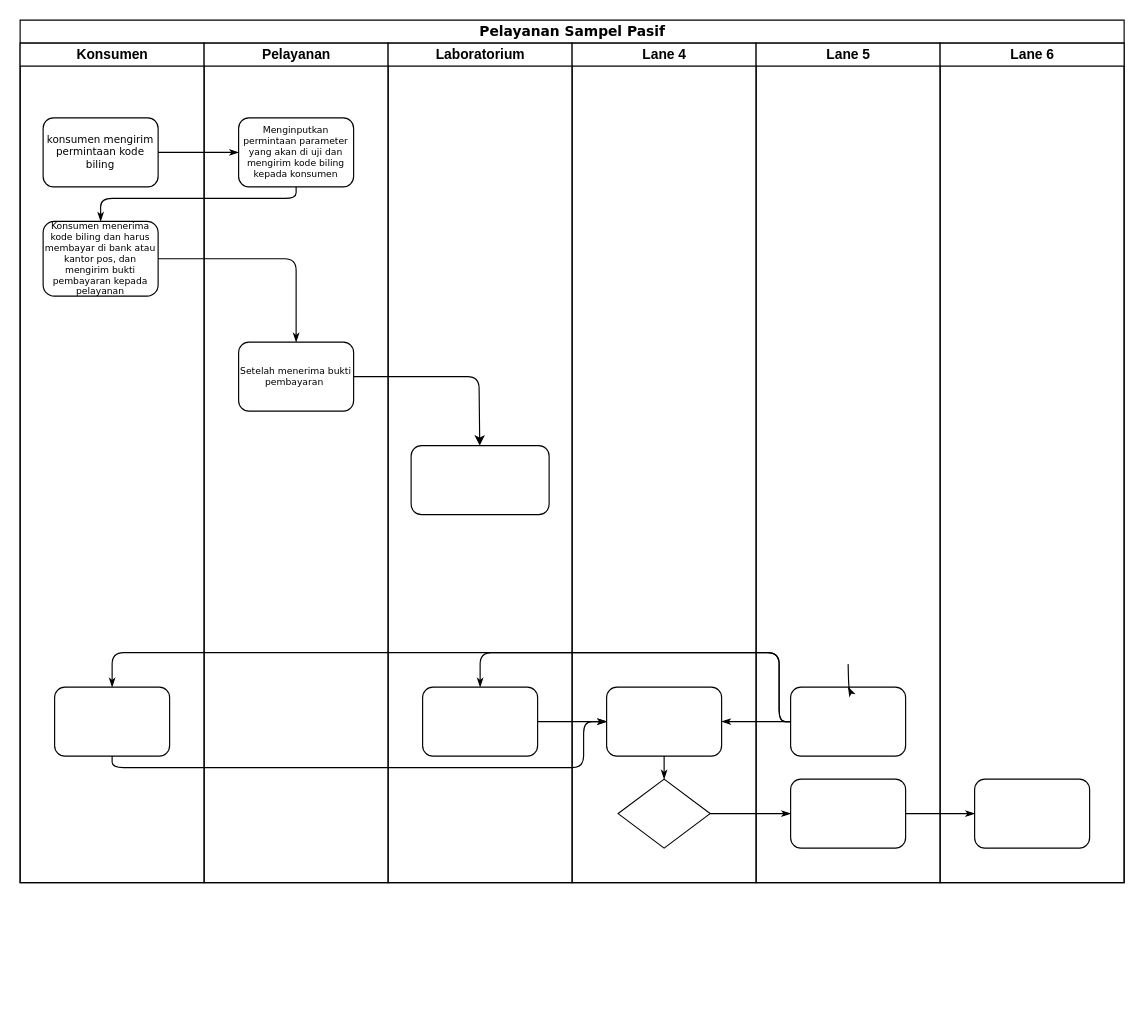
The draw.io diagram Untitled Diagram.drawio in nuril07/BDL, before the edit. Source tidied: cells renumbered, new cells numbered last; positions are measured from the earlier drawing's top-left corner, leaving out a move shared by most shapes. Both pictures are drawn from the tidied source at 115%, with x=0, y=0 at pixel (20, 20).
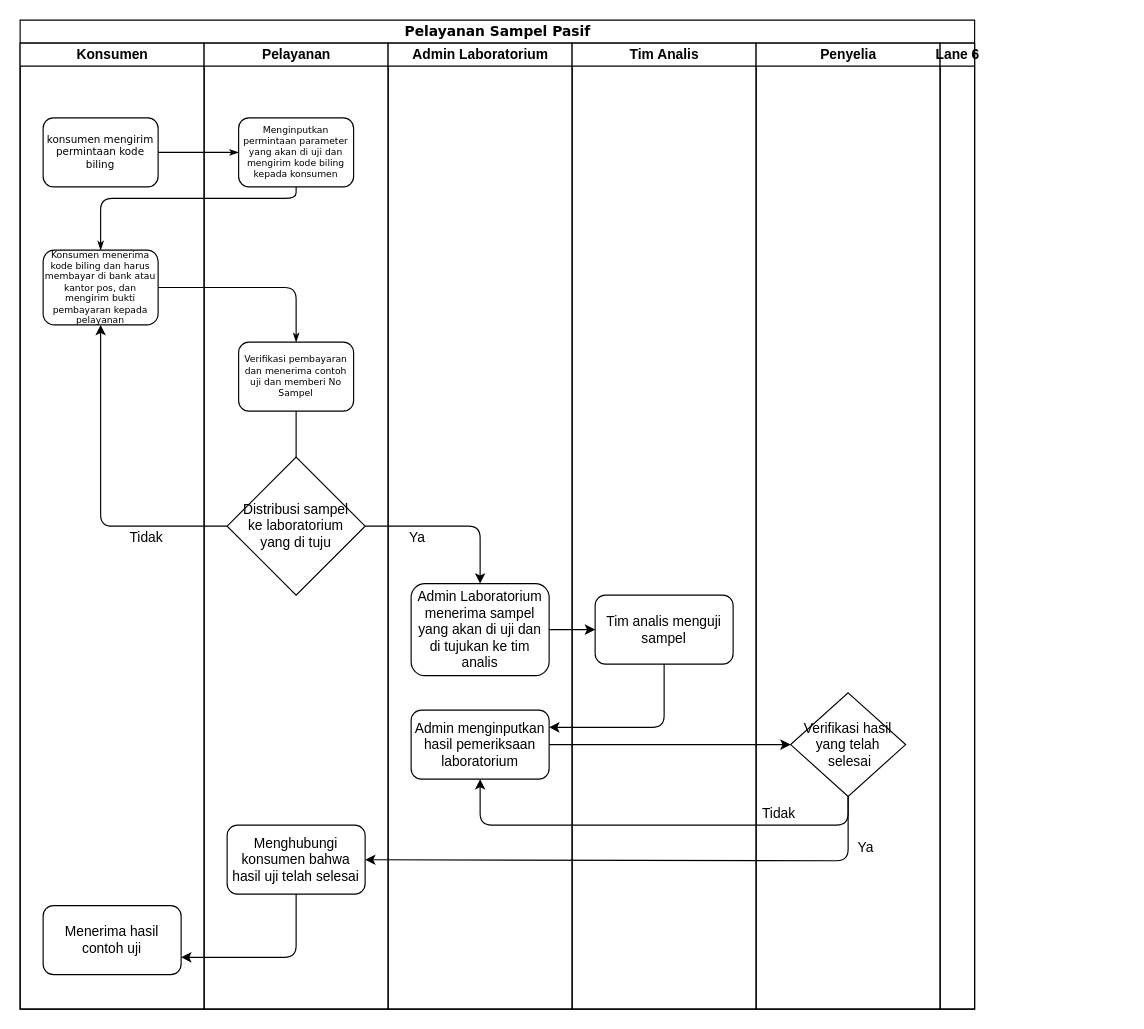
After the change.

Commit message:
tugas_BDL

Change to the diagram source:
```diff
@@
     <mxCell id="2" value="&lt;font style=&quot;font-size: 12px&quot;&gt;Pelayanan Sampel Pasif&lt;/font&gt;" style="swimlane;html=1;startSize=20;rounded=0;shadow=0;labelBackgroundColor=none;strokeWidth=1;fontFamily=Verdana;fontSize=8;align=center;" parent="1" vertex="1">
-      <mxGeometry width="960" height="750" as="geometry" />
+      <mxGeometry width="830" height="860" as="geometry" />
     </mxCell>
     <mxCell id="3" value="Konsumen" style="swimlane;html=1;startSize=20;" parent="2" vertex="1">
-      <mxGeometry y="20" width="160" height="730" as="geometry" />
+      <mxGeometry y="20" width="160" height="840" as="geometry" />
     </mxCell>
@@
     <mxCell id="5" value="Konsumen menerima kode biling dan harus membayar di bank atau kantor pos, dan mengirim bukti pembayaran kepada pelayanan&lt;br&gt;" style="rounded=1;whiteSpace=wrap;html=1;shadow=0;labelBackgroundColor=none;strokeWidth=1;fontFamily=Verdana;fontSize=8;align=center;" parent="3" vertex="1">
-      <mxGeometry x="20" y="155" width="100" height="65" as="geometry" />
+      <mxGeometry x="20" y="180" width="100" height="65" as="geometry" />
     </mxCell>
-    <mxCell id="6" style="rounded=1;whiteSpace=wrap;html=1;shadow=0;labelBackgroundColor=none;strokeWidth=1;fontFamily=Verdana;fontSize=8;align=center;" parent="3" vertex="1">
-      <mxGeometry x="30" y="560" width="100" height="60" as="geometry" />
-    </mxCell>
+    <mxCell id="34" value="Menerima hasil contoh uji" style="rounded=1;whiteSpace=wrap;html=1;" parent="3" vertex="1">
+      <mxGeometry x="20" y="750" width="120" height="60" as="geometry" />
+    </mxCell>
+    <mxCell id="35" value="Tidak" style="text;html=1;strokeColor=none;fillColor=none;align=center;verticalAlign=middle;whiteSpace=wrap;rounded=0;" parent="3" vertex="1">
+      <mxGeometry x="90" y="420" width="40" height="20" as="geometry" />
+    </mxCell>
@@
-    <mxCell id="9" style="edgeStyle=orthogonalEdgeStyle;rounded=1;html=1;labelBackgroundColor=none;startArrow=none;startFill=0;startSize=5;endArrow=classicThin;endFill=1;endSize=5;jettySize=auto;strokeWidth=1;fontFamily=Verdana;fontSize=8;" parent="2" edge="1" source="24" target="28">
-      <mxGeometry relative="1" as="geometry" />
-    </mxCell>
-    <mxCell id="10" style="edgeStyle=orthogonalEdgeStyle;rounded=1;html=1;labelBackgroundColor=none;startArrow=none;startFill=0;startSize=5;endArrow=classicThin;endFill=1;endSize=5;jettySize=auto;strokeWidth=1;fontFamily=Verdana;fontSize=8;" parent="2" edge="1" source="28" target="31">
-      <mxGeometry relative="1" as="geometry" />
-    </mxCell>
-    <mxCell id="11" style="edgeStyle=orthogonalEdgeStyle;rounded=1;html=1;labelBackgroundColor=none;startArrow=none;startFill=0;startSize=5;endArrow=classicThin;endFill=1;endSize=5;jettySize=auto;strokeWidth=1;fontFamily=Verdana;fontSize=8;" parent="2" edge="1" source="27" target="20">
-      <mxGeometry relative="1" as="geometry">
-        <Array as="points">
-          <mxPoint x="660" y="610" />
-          <mxPoint x="660" y="550" />
-          <mxPoint x="400" y="550" />
-        </Array>
-      </mxGeometry>
-    </mxCell>
-    <mxCell id="12" style="edgeStyle=orthogonalEdgeStyle;rounded=1;html=1;labelBackgroundColor=none;startArrow=none;startFill=0;startSize=5;endArrow=classicThin;endFill=1;endSize=5;jettySize=auto;strokeColor=#000000;strokeWidth=1;fontFamily=Verdana;fontSize=8;fontColor=#000000;" parent="2" edge="1" source="27" target="23">
-      <mxGeometry relative="1" as="geometry" />
-    </mxCell>
-    <mxCell id="13" style="edgeStyle=orthogonalEdgeStyle;rounded=1;html=1;labelBackgroundColor=none;startArrow=none;startFill=0;startSize=5;endArrow=classicThin;endFill=1;endSize=5;jettySize=auto;strokeWidth=1;fontFamily=Verdana;fontSize=8;" parent="2" edge="1" source="27" target="6">
-      <mxGeometry relative="1" as="geometry">
-        <Array as="points">
-          <mxPoint x="660" y="610" />
-          <mxPoint x="660" y="550" />
-          <mxPoint x="80" y="550" />
-        </Array>
-      </mxGeometry>
-    </mxCell>
-    <mxCell id="14" style="edgeStyle=orthogonalEdgeStyle;rounded=1;html=1;labelBackgroundColor=none;startArrow=none;startFill=0;startSize=5;endArrow=classicThin;endFill=1;endSize=5;jettySize=auto;strokeWidth=1;fontFamily=Verdana;fontSize=8;" parent="2" edge="1" source="6" target="23">
-      <mxGeometry relative="1" as="geometry">
-        <Array as="points">
-          <mxPoint x="80" y="650" />
-          <mxPoint x="490" y="650" />
-          <mxPoint x="490" y="610" />
-        </Array>
-      </mxGeometry>
-    </mxCell>
-    <mxCell id="15" style="edgeStyle=orthogonalEdgeStyle;rounded=1;html=1;labelBackgroundColor=none;startArrow=none;startFill=0;startSize=5;endArrow=classicThin;endFill=1;endSize=5;jettySize=auto;strokeWidth=1;fontFamily=Verdana;fontSize=8;" parent="2" edge="1" source="20" target="23">
-      <mxGeometry relative="1" as="geometry" />
-    </mxCell>
     <mxCell id="16" value="Pelayanan" style="swimlane;html=1;startSize=20;" parent="2" vertex="1">
-      <mxGeometry x="160" y="20" width="160" height="730" as="geometry" />
+      <mxGeometry x="160" y="20" width="160" height="840" as="geometry" />
     </mxCell>
@@
-    <mxCell id="18" value="Setelah menerima bukti pembayaran&amp;nbsp;" style="rounded=1;whiteSpace=wrap;html=1;shadow=0;labelBackgroundColor=none;strokeWidth=1;fontFamily=Verdana;fontSize=8;align=center;" parent="16" vertex="1">
+    <mxCell id="18" value="Verifikasi pembayaran dan menerima contoh uji dan memberi No Sampel" style="rounded=1;whiteSpace=wrap;html=1;shadow=0;labelBackgroundColor=none;strokeWidth=1;fontFamily=Verdana;fontSize=8;align=center;" parent="16" vertex="1">
       <mxGeometry x="30" y="260" width="100" height="60" as="geometry" />
     </mxCell>
+    <mxCell id="33" style="endArrow=classic;html=1;exitX=0.5;exitY=1;exitDx=0;exitDy=0;" parent="16" edge="1" source="18">
+      <mxGeometry relative="1" as="geometry">
+        <mxPoint x="80" y="380" as="targetPoint" />
+      </mxGeometry>
+    </mxCell>
+    <mxCell id="36" value="Distribusi sampel &lt;br&gt;ke laboratorium &lt;br&gt;yang di tuju" style="rhombus;whiteSpace=wrap;html=1;" parent="16" vertex="1">
+      <mxGeometry x="20" y="360" width="120" height="120" as="geometry" />
+    </mxCell>
+    <mxCell id="37" value="Menghubungi konsumen bahwa hasil uji telah selesai" style="rounded=1;whiteSpace=wrap;html=1;" parent="16" vertex="1">
+      <mxGeometry x="20" y="680" width="120" height="60" as="geometry" />
+    </mxCell>
-    <mxCell id="19" value="Laboratorium" style="swimlane;html=1;startSize=20;" parent="2" vertex="1">
-      <mxGeometry x="320" y="20" width="160" height="730" as="geometry" />
+    <mxCell id="19" value="Admin Laboratorium" style="swimlane;html=1;startSize=20;" parent="2" vertex="1">
+      <mxGeometry x="320" y="20" width="160" height="840" as="geometry" />
     </mxCell>
-    <mxCell id="20" style="rounded=1;whiteSpace=wrap;html=1;shadow=0;labelBackgroundColor=none;strokeWidth=1;fontFamily=Verdana;fontSize=8;align=center;" parent="19" vertex="1">
-      <mxGeometry x="30" y="560" width="100" height="60" as="geometry" />
-    </mxCell>
-    <mxCell id="21" style="rounded=1;whiteSpace=wrap;html=1;" parent="19" vertex="1">
-      <mxGeometry x="20" y="350" width="120" height="60" as="geometry" />
-    </mxCell>
+    <mxCell id="38" value="Ya" style="text;html=1;align=center;verticalAlign=middle;" parent="19" vertex="1">
+      <mxGeometry x="10" y="420" width="30" height="20" as="geometry" />
+    </mxCell>
+    <mxCell id="39" value="Admin menginputkan hasil pemeriksaan laboratorium" style="rounded=1;whiteSpace=wrap;html=1;" parent="19" vertex="1">
+      <mxGeometry x="20" y="580" width="120" height="60" as="geometry" />
+    </mxCell>
+    <mxCell id="40" value="Admin Laboratorium menerima sampel yang akan di uji dan di tujukan ke tim analis" style="rounded=1;whiteSpace=wrap;html=1;" parent="19" vertex="1">
+      <mxGeometry x="20" y="470" width="120" height="80" as="geometry" />
+    </mxCell>
-    <mxCell id="22" value="Lane 4" style="swimlane;html=1;startSize=20;" parent="2" vertex="1">
-      <mxGeometry x="480" y="20" width="160" height="730" as="geometry" />
+    <mxCell id="22" value="Tim Analis" style="swimlane;html=1;startSize=20;" parent="2" vertex="1">
+      <mxGeometry x="480" y="20" width="160" height="840" as="geometry" />
     </mxCell>
-    <mxCell id="23" style="rounded=1;whiteSpace=wrap;html=1;shadow=0;labelBackgroundColor=none;strokeWidth=1;fontFamily=Verdana;fontSize=8;align=center;" parent="22" vertex="1">
-      <mxGeometry x="30" y="560" width="100" height="60" as="geometry" />
-    </mxCell>
-    <mxCell id="24" style="rhombus;whiteSpace=wrap;html=1;rounded=0;shadow=0;labelBackgroundColor=none;strokeWidth=1;fontFamily=Verdana;fontSize=8;align=center;" parent="22" vertex="1">
-      <mxGeometry x="40" y="640" width="80" height="60" as="geometry" />
-    </mxCell>
-    <mxCell id="25" style="edgeStyle=orthogonalEdgeStyle;rounded=1;html=1;labelBackgroundColor=none;startArrow=none;startFill=0;startSize=5;endArrow=classicThin;endFill=1;endSize=5;jettySize=auto;strokeWidth=1;fontFamily=Verdana;fontSize=8;" parent="22" edge="1" source="23" target="24">
-      <mxGeometry relative="1" as="geometry" />
-    </mxCell>
+    <mxCell id="41" value="Tim analis menguji sampel" style="rounded=1;whiteSpace=wrap;html=1;" parent="22" vertex="1">
+      <mxGeometry x="20" y="480" width="120" height="60" as="geometry" />
+    </mxCell>
-    <mxCell id="26" value="Lane 5" style="swimlane;html=1;startSize=20;" parent="2" vertex="1">
-      <mxGeometry x="640" y="20" width="160" height="730" as="geometry" />
+    <mxCell id="26" value="Penyelia" style="swimlane;html=1;startSize=20;" parent="2" vertex="1">
+      <mxGeometry x="640" y="20" width="160" height="840" as="geometry" />
     </mxCell>
-    <mxCell id="27" style="rounded=1;whiteSpace=wrap;html=1;shadow=0;labelBackgroundColor=none;strokeWidth=1;fontFamily=Verdana;fontSize=8;align=center;" parent="26" vertex="1">
-      <mxGeometry x="30" y="560" width="100" height="60" as="geometry" />
-    </mxCell>
-    <mxCell id="28" style="rounded=1;whiteSpace=wrap;html=1;shadow=0;labelBackgroundColor=none;strokeWidth=1;fontFamily=Verdana;fontSize=8;align=center;" parent="26" vertex="1">
-      <mxGeometry x="30" y="640" width="100" height="60" as="geometry" />
-    </mxCell>
-    <mxCell id="29" style="edgeStyle=orthogonalEdgeStyle;rounded=1;html=1;labelBackgroundColor=none;startArrow=none;startFill=0;startSize=5;endArrow=classicThin;endFill=1;endSize=5;jettySize=auto;strokeWidth=1;fontFamily=Verdana;fontSize=8;" parent="26" edge="1" target="27">
-      <mxGeometry relative="1" as="geometry">
-        <mxPoint x="80" y="540" as="sourcePoint" />
-      </mxGeometry>
-    </mxCell>
+    <mxCell id="42" value="Tidak" style="text;html=1;strokeColor=none;fillColor=none;align=center;verticalAlign=middle;whiteSpace=wrap;rounded=0;" parent="26" vertex="1">
+      <mxGeometry y="660" width="40" height="20" as="geometry" />
+    </mxCell>
+    <mxCell id="43" value="&lt;span&gt;Verifikasi hasil yang telah&lt;br&gt;&amp;nbsp;selesai&lt;/span&gt;" style="rhombus;whiteSpace=wrap;html=1;" parent="26" vertex="1">
+      <mxGeometry x="30" y="565" width="100" height="90" as="geometry" />
+    </mxCell>
+    <mxCell id="44" value="Ya" style="text;html=1;align=center;verticalAlign=middle;" parent="26" vertex="1">
+      <mxGeometry x="80" y="690" width="30" height="20" as="geometry" />
+    </mxCell>
-    <mxCell id="30" value="Lane 6" style="swimlane;html=1;startSize=20;" parent="2" vertex="1">
-      <mxGeometry x="800" y="20" width="160" height="730" as="geometry" />
+    <mxCell id="30" value="Lane 6" style="swimlane;html=1;startSize=20;" parent="2" vertex="1" collapsed="1">
+      <mxGeometry x="800" y="20" width="30" height="840" as="geometry" />
     </mxCell>
-    <mxCell id="31" style="rounded=1;whiteSpace=wrap;html=1;shadow=0;labelBackgroundColor=none;strokeWidth=1;fontFamily=Verdana;fontSize=8;align=center;" parent="30" vertex="1">
-      <mxGeometry x="30" y="640" width="100" height="60" as="geometry" />
-    </mxCell>
@@
-    <mxCell id="33" style="endArrow=classic;html=1;exitX=1;exitY=0.5;exitDx=0;exitDy=0;" parent="2" edge="1" source="18" target="21">
-      <mxGeometry relative="1" as="geometry">
-        <Array as="points">
-          <mxPoint x="399" y="310" />
-        </Array>
-      </mxGeometry>
-    </mxCell>
+    <mxCell id="45" style="endArrow=classic;html=1;entryX=0.5;entryY=1;entryDx=0;entryDy=0;exitX=0;exitY=0.5;exitDx=0;exitDy=0;" parent="2" edge="1" source="36" target="5">
+      <mxGeometry relative="1" as="geometry">
+        <Array as="points">
+          <mxPoint x="70" y="440" />
+        </Array>
+      </mxGeometry>
+    </mxCell>
+    <mxCell id="46" style="endArrow=classic;html=1;exitX=1;exitY=0.5;exitDx=0;exitDy=0;entryX=0.5;entryY=0;entryDx=0;entryDy=0;" parent="2" edge="1" source="36" target="40">
+      <mxGeometry relative="1" as="geometry">
+        <Array as="points">
+          <mxPoint x="400" y="440" />
+        </Array>
+      </mxGeometry>
+    </mxCell>
+    <mxCell id="47" style="endArrow=classic;html=1;entryX=1;entryY=0.25;entryDx=0;entryDy=0;exitX=0.5;exitY=1;exitDx=0;exitDy=0;" parent="2" edge="1" source="41" target="39">
+      <mxGeometry relative="1" as="geometry">
+        <Array as="points">
+          <mxPoint x="560" y="615" />
+        </Array>
+      </mxGeometry>
+    </mxCell>
+    <mxCell id="48" style="endArrow=classic;html=1;entryX=0;entryY=0.5;entryDx=0;entryDy=0;exitX=1;exitY=0.5;exitDx=0;exitDy=0;" parent="2" edge="1" source="39" target="43">
+      <mxGeometry relative="1" as="geometry" />
+    </mxCell>
+    <mxCell id="49" style="endArrow=classic;html=1;entryX=0.5;entryY=1;entryDx=0;entryDy=0;exitX=0.5;exitY=1;exitDx=0;exitDy=0;" parent="2" edge="1" source="43" target="39">
+      <mxGeometry relative="1" as="geometry">
+        <Array as="points">
+          <mxPoint x="720" y="700" />
+          <mxPoint x="400" y="700" />
+        </Array>
+      </mxGeometry>
+    </mxCell>
+    <mxCell id="50" style="endArrow=classic;html=1;exitX=0.5;exitY=1;exitDx=0;exitDy=0;" parent="2" edge="1" source="43" target="37">
+      <mxGeometry relative="1" as="geometry">
+        <Array as="points">
+          <mxPoint x="720" y="731" />
+        </Array>
+      </mxGeometry>
+    </mxCell>
+    <mxCell id="51" style="endArrow=classic;html=1;entryX=1;entryY=0.75;entryDx=0;entryDy=0;exitX=0.5;exitY=1;exitDx=0;exitDy=0;" parent="2" edge="1" source="37" target="34">
+      <mxGeometry relative="1" as="geometry">
+        <Array as="points">
+          <mxPoint x="240" y="815" />
+        </Array>
+      </mxGeometry>
+    </mxCell>
+    <mxCell id="52" style="endArrow=classic;html=1;entryX=0;entryY=0.5;entryDx=0;entryDy=0;" parent="1" edge="1" target="41">
+      <mxGeometry relative="1" as="geometry">
+        <mxPoint x="460" y="530" as="sourcePoint" />
+      </mxGeometry>
+    </mxCell>
```
